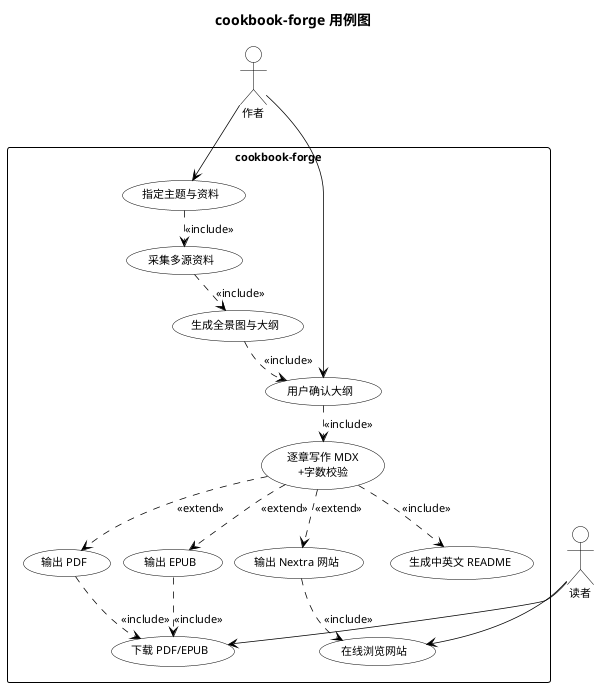
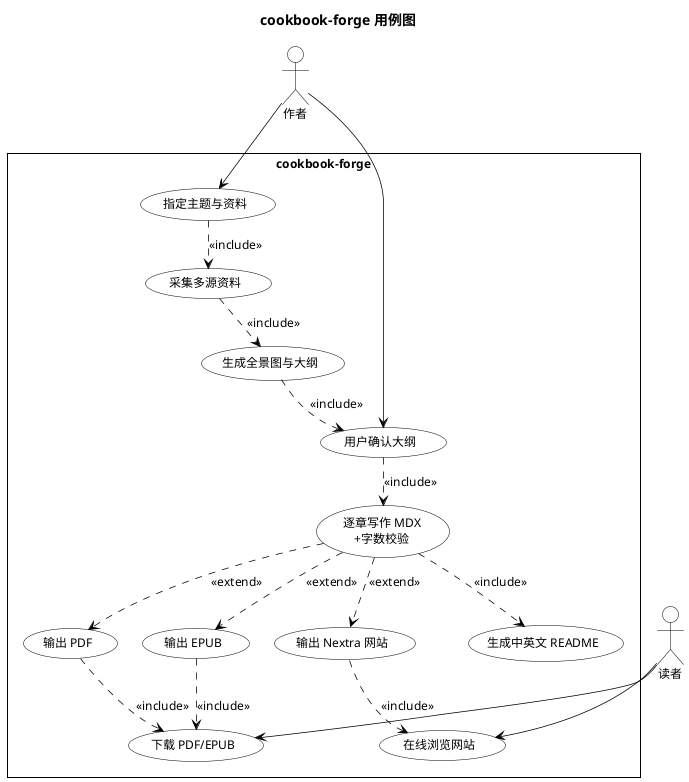
@startuml
+ ' uml-diagrams.org reference style — strict OMG UML 2.x, monochrome
skinparam monochrome true
+ skinparam backgroundColor #FFFFFF
+ skinparam defaultFontName "WenQuanYi Micro Hei"
+ skinparam defaultFontSize 12
skinparam shadowing false
- skinparam backgroundColor #FFFFFF
- skinparam defaultFontColor #000000
- skinparam defaultFontName "WenQuanYi Micro Hei"
+ skinparam classAttributeIconSize 0
+ skinparam roundCorner 0
+ 
skinparam ActorBackgroundColor #FFFFFF
skinparam ActorBorderColor #000000
skinparam UsecaseBackgroundColor #FFFFFF
skinparam UsecaseBorderColor #000000
skinparam RectangleBackgroundColor #FFFFFF
skinparam RectangleBorderColor #000000
+ skinparam PackageBackgroundColor #FFFFFF
+ skinparam PackageBorderColor #000000
skinparam ArrowColor #000000
skinparam ArrowThickness 0.75
- skinparam defaultFontSize 11
- skinparam nodesep 12
- skinparam ranksep 20
+ skinparam DefaultTextColor #000000
+ skinparam defaultFontColor #000000

title cookbook-forge 用例图

top to bottom direction
+ skinparam nodesep 25
+ skinparam ranksep 30
+ skinparam packageStyle rectangle

actor 作者 as AUTHOR
actor 读者 as READER

rectangle "cookbook-forge" {
  usecase "指定主题与资料" as UC0
  usecase "采集多源资料" as UC1
  usecase "生成全景图与大纲" as UC2
  usecase "用户确认大纲" as UC3
  usecase "逐章写作 MDX\n+字数校验" as UC4
  usecase "输出 PDF" as UC6
  usecase "输出 Nextra 网站" as UC7
  usecase "输出 EPUB" as UC8
  usecase "生成中英文 README" as UC9
  usecase "在线浏览网站" as UC10
  usecase "下载 PDF/EPUB" as UC11
}

AUTHOR --> UC0
AUTHOR --> UC3
UC0 ..> UC1 : <<include>>
UC1 ..> UC2 : <<include>>
UC2 ..> UC3 : <<include>>
UC3 ..> UC4 : <<include>>
UC4 ..> UC6 : <<extend>>
UC4 ..> UC7 : <<extend>>
UC4 ..> UC8 : <<extend>>
UC4 ..> UC9 : <<include>>
UC7 ..> UC10 : <<include>>
UC6 ..> UC11 : <<include>>
UC8 ..> UC11 : <<include>>
READER --> UC10
READER --> UC11

UC0 -[hidden]down- UC6
UC1 -[hidden]down- UC7
UC2 -[hidden]down- UC8
UC3 -[hidden]down- UC9
UC4 -[hidden]down- UC10

@enduml
